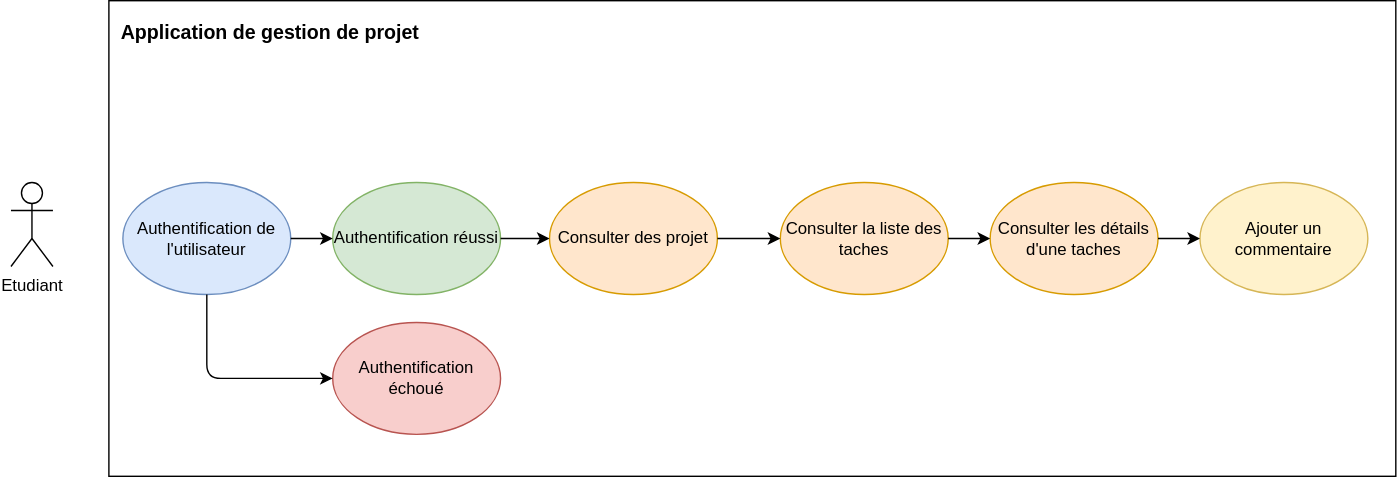
Earlier version of the draw.io export DCU/DCU_Etudiant.svg (EducaOps/EducaOps). Source tidied: cells renumbered, new cells last; positions are measured from the earlier drawing's top-left corner, leaving out a move shared by most shapes.
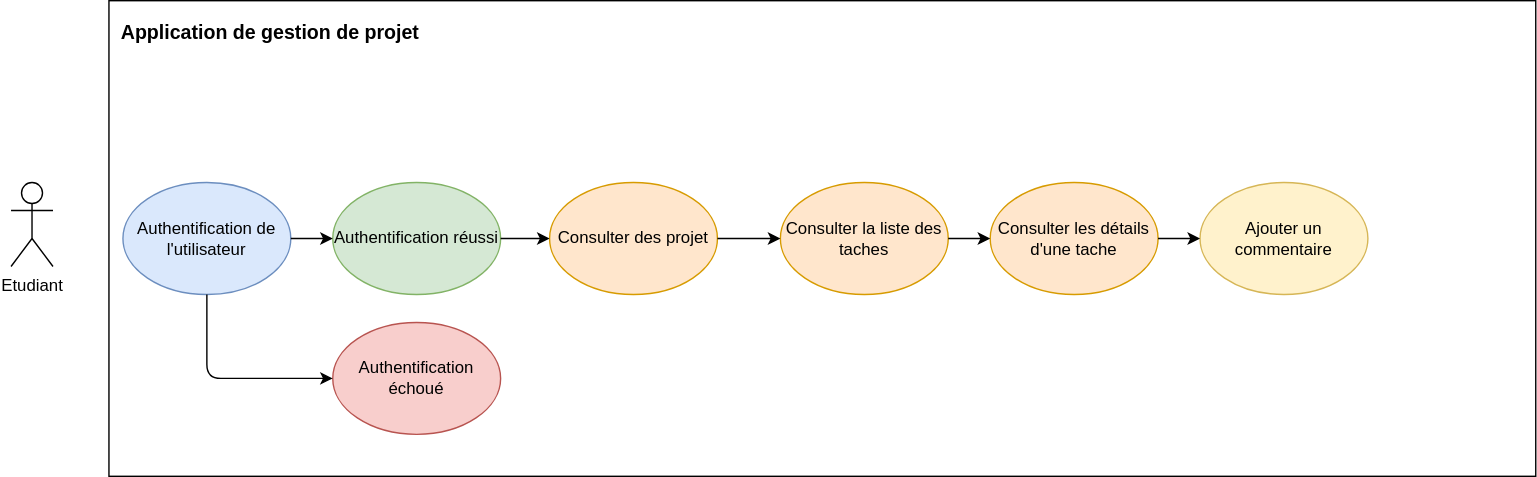
After the commit.

What changed in the source:
```diff
@@ -6,7 +6,7 @@
       <mxGeometry y="130" width="30" height="60" as="geometry" />
     </mxCell>
     <mxCell id="3" style="rounded=0;whiteSpace=wrap;html=1;align=left;" parent="1" vertex="1">
-      <mxGeometry x="70" width="920" height="340" as="geometry" />
+      <mxGeometry x="70" width="1020" height="340" as="geometry" />
     </mxCell>
     <mxCell id="4" value="Consulter des projet" style="ellipse;whiteSpace=wrap;html=1;fillColor=#ffe6cc;strokeColor=#d79b00;" parent="1" vertex="1">
       <mxGeometry x="385" y="130" width="120" height="80" as="geometry" />
@@ -17,7 +17,7 @@
     <mxCell id="6" value="Consulter la liste des taches" style="ellipse;whiteSpace=wrap;html=1;fillColor=#ffe6cc;strokeColor=#d79b00;" parent="1" vertex="1">
       <mxGeometry x="550" y="130" width="120" height="80" as="geometry" />
     </mxCell>
-    <mxCell id="7" value="Consulter les détails d'une taches" style="ellipse;whiteSpace=wrap;html=1;fillColor=#ffe6cc;strokeColor=#d79b00;" parent="1" vertex="1">
+    <mxCell id="7" value="Consulter les détails d'une tache" style="ellipse;whiteSpace=wrap;html=1;fillColor=#ffe6cc;strokeColor=#d79b00;" parent="1" vertex="1">
       <mxGeometry x="700" y="130" width="120" height="80" as="geometry" />
     </mxCell>
     <mxCell id="8" style="endArrow=classic;html=1;exitX=1;exitY=0.5;exitDx=0;exitDy=0;entryX=0;entryY=0.5;entryDx=0;entryDy=0;" parent="1" edge="1" source="4" target="6">
```
